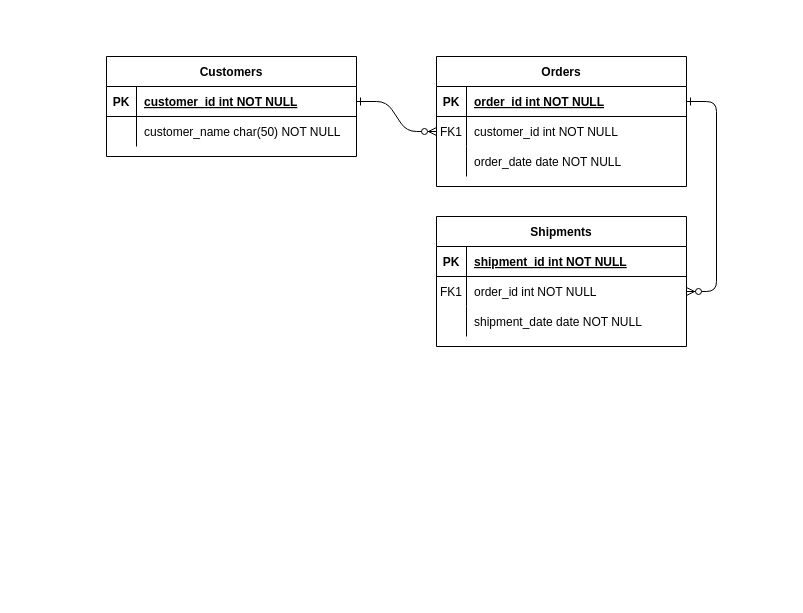
This is Adrian/Diagrama sin título.drawio from Adrianmove07/APPRENDIENDO0209, a draw.io file, before an edit. Source tidied: cells renumbered, new cells numbered last; positions are measured from the earlier drawing's top-left corner, leaving out a move shared by most shapes. Both pictures are drawn from the tidied source at 100%, with x=0, y=0 at pixel (106, 56).
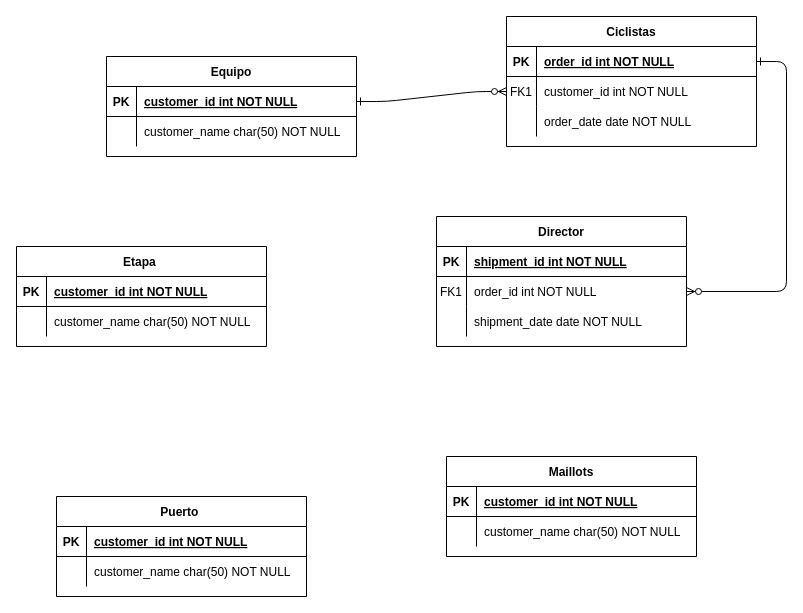
The same diagram, later.

Change to the diagram source:
```diff
@@
-    <mxCell id="4" value="Orders" style="shape=table;startSize=30;childLayout=tableLayout;rowLines=0;fontStyle=1;align=center;" parent="1" vertex="1">
-      <mxGeometry x="330" width="250" height="130" as="geometry" />
+    <mxCell id="4" value="Ciclistas" style="shape=table;startSize=30;childLayout=tableLayout;rowLines=0;fontStyle=1;align=center;" parent="1" vertex="1">
+      <mxGeometry x="400" y="-40" width="250" height="130" as="geometry" />
     </mxCell>
@@
-    <mxCell id="14" value="Shipments" style="shape=table;startSize=30;childLayout=tableLayout;rowLines=0;fontStyle=1;align=center;" parent="1" vertex="1">
+    <mxCell id="14" value="Director" style="shape=table;startSize=30;childLayout=tableLayout;rowLines=0;fontStyle=1;align=center;" parent="1" vertex="1">
       <mxGeometry x="330" y="160" width="250" height="130" as="geometry" />
     </mxCell>
@@
-    <mxCell id="24" value="Customers" style="shape=table;startSize=30;childLayout=tableLayout;rowLines=0;fontStyle=1;align=center;" parent="1" vertex="1">
+    <mxCell id="24" value="Equipo" style="shape=table;startSize=30;childLayout=tableLayout;rowLines=0;fontStyle=1;align=center;" parent="1" vertex="1">
       <mxGeometry width="250" height="100" as="geometry" />
     </mxCell>
@@
+    <mxCell id="31" value="Etapa " style="shape=table;startSize=30;childLayout=tableLayout;rowLines=0;fontStyle=1;align=center;" parent="1" vertex="1">
+      <mxGeometry x="-90" y="190" width="250" height="100" as="geometry" />
+    </mxCell>
+    <mxCell id="32" style="shape=partialRectangle;fillColor=none;top=0;left=0;right=0;bottom=1;" parent="31" vertex="1">
+      <mxGeometry y="30" width="250" height="30" as="geometry" />
+    </mxCell>
+    <mxCell id="33" value="PK" style="shape=partialRectangle;overflow=hidden;fillColor=none;top=0;left=0;bottom=0;right=0;fontStyle=1;" parent="32" vertex="1">
+      <mxGeometry width="30" height="30" as="geometry" />
+    </mxCell>
+    <mxCell id="34" value="customer_id int NOT NULL " style="shape=partialRectangle;overflow=hidden;fillColor=none;top=0;left=0;bottom=0;right=0;align=left;spacingLeft=6;fontStyle=5;" parent="32" vertex="1">
+      <mxGeometry x="30" width="220" height="30" as="geometry" />
+    </mxCell>
+    <mxCell id="35" style="shape=partialRectangle;fillColor=none;top=0;left=0;right=0;bottom=0;" parent="31" vertex="1">
+      <mxGeometry y="60" width="250" height="30" as="geometry" />
+    </mxCell>
+    <mxCell id="36" style="shape=partialRectangle;overflow=hidden;fillColor=none;top=0;left=0;bottom=0;right=0;" parent="35" vertex="1">
+      <mxGeometry width="30" height="30" as="geometry" />
+    </mxCell>
+    <mxCell id="37" value="customer_name char(50) NOT NULL" style="shape=partialRectangle;overflow=hidden;fillColor=none;top=0;left=0;bottom=0;right=0;align=left;spacingLeft=6;" parent="35" vertex="1">
+      <mxGeometry x="30" width="220" height="30" as="geometry" />
+    </mxCell>
+    <mxCell id="38" value="Puerto " style="shape=table;startSize=30;childLayout=tableLayout;rowLines=0;fontStyle=1;align=center;" parent="1" vertex="1">
+      <mxGeometry x="-50" y="440" width="250" height="100" as="geometry" />
+    </mxCell>
+    <mxCell id="39" style="shape=partialRectangle;fillColor=none;top=0;left=0;right=0;bottom=1;" parent="38" vertex="1">
+      <mxGeometry y="30" width="250" height="30" as="geometry" />
+    </mxCell>
+    <mxCell id="40" value="PK" style="shape=partialRectangle;overflow=hidden;fillColor=none;top=0;left=0;bottom=0;right=0;fontStyle=1;" parent="39" vertex="1">
+      <mxGeometry width="30" height="30" as="geometry" />
+    </mxCell>
+    <mxCell id="41" value="customer_id int NOT NULL " style="shape=partialRectangle;overflow=hidden;fillColor=none;top=0;left=0;bottom=0;right=0;align=left;spacingLeft=6;fontStyle=5;" parent="39" vertex="1">
+      <mxGeometry x="30" width="220" height="30" as="geometry" />
+    </mxCell>
+    <mxCell id="42" style="shape=partialRectangle;fillColor=none;top=0;left=0;right=0;bottom=0;" parent="38" vertex="1">
+      <mxGeometry y="60" width="250" height="30" as="geometry" />
+    </mxCell>
+    <mxCell id="43" style="shape=partialRectangle;overflow=hidden;fillColor=none;top=0;left=0;bottom=0;right=0;" parent="42" vertex="1">
+      <mxGeometry width="30" height="30" as="geometry" />
+    </mxCell>
+    <mxCell id="44" value="customer_name char(50) NOT NULL" style="shape=partialRectangle;overflow=hidden;fillColor=none;top=0;left=0;bottom=0;right=0;align=left;spacingLeft=6;" parent="42" vertex="1">
+      <mxGeometry x="30" width="220" height="30" as="geometry" />
+    </mxCell>
+    <mxCell id="45" value="Maillots" style="shape=table;startSize=30;childLayout=tableLayout;rowLines=0;fontStyle=1;align=center;" parent="1" vertex="1">
+      <mxGeometry x="340" y="400" width="250" height="100" as="geometry" />
+    </mxCell>
+    <mxCell id="46" style="shape=partialRectangle;fillColor=none;top=0;left=0;right=0;bottom=1;" parent="45" vertex="1">
+      <mxGeometry y="30" width="250" height="30" as="geometry" />
+    </mxCell>
+    <mxCell id="47" value="PK" style="shape=partialRectangle;overflow=hidden;fillColor=none;top=0;left=0;bottom=0;right=0;fontStyle=1;" parent="46" vertex="1">
+      <mxGeometry width="30" height="30" as="geometry" />
+    </mxCell>
+    <mxCell id="48" value="customer_id int NOT NULL " style="shape=partialRectangle;overflow=hidden;fillColor=none;top=0;left=0;bottom=0;right=0;align=left;spacingLeft=6;fontStyle=5;" parent="46" vertex="1">
+      <mxGeometry x="30" width="220" height="30" as="geometry" />
+    </mxCell>
+    <mxCell id="49" style="shape=partialRectangle;fillColor=none;top=0;left=0;right=0;bottom=0;" parent="45" vertex="1">
+      <mxGeometry y="60" width="250" height="30" as="geometry" />
+    </mxCell>
+    <mxCell id="50" style="shape=partialRectangle;overflow=hidden;fillColor=none;top=0;left=0;bottom=0;right=0;" parent="49" vertex="1">
+      <mxGeometry width="30" height="30" as="geometry" />
+    </mxCell>
+    <mxCell id="51" value="customer_name char(50) NOT NULL" style="shape=partialRectangle;overflow=hidden;fillColor=none;top=0;left=0;bottom=0;right=0;align=left;spacingLeft=6;" parent="49" vertex="1">
+      <mxGeometry x="30" width="220" height="30" as="geometry" />
+    </mxCell>
```
